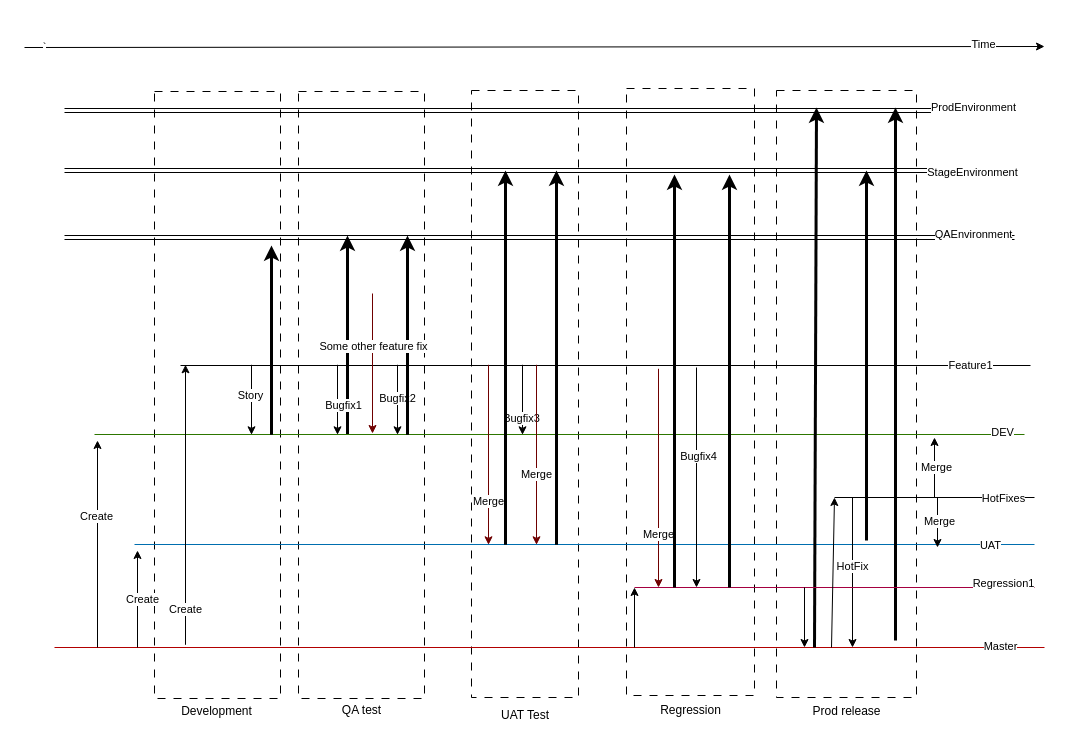
Above: FeatureStrategy.drawio in sshevchenko777/POC (draw.io), before the change. Source tidied: cells renumbered, new cells numbered last; positions are measured from the earlier drawing's top-left corner, leaving out a move shared by most shapes. Both pictures are drawn from the tidied source at 100%, with x=0, y=0 at pixel (24, 46).
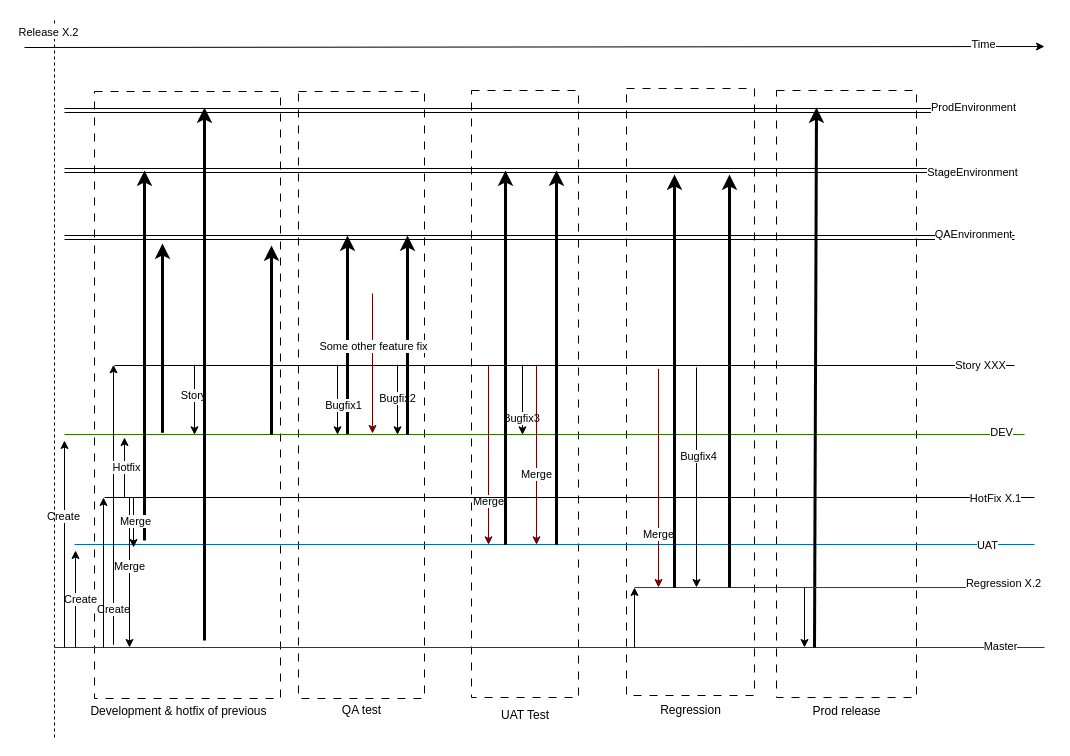
Above is the later version.

Unchanged cells that the change refers to:
```xml
<mxCell id="55" style="endArrow=none;html=1;rounded=0;fillColor=#d80073;strokeColor=#A50040;" parent="1" edge="1">
  <mxGeometry relative="1" as="geometry">
    <mxPoint x="610" y="541" as="sourcePoint" />
    <mxPoint x="1010" y="541" as="targetPoint" />
  </mxGeometry>
</mxCell>
```

Diff of the diagram source:
```diff
@@
     <mxCell id="2" style="whiteSpace=wrap;html=1;fillStyle=auto;dashed=1;dashPattern=8 8;strokeColor=light-dark(#000000,#1F4EA9);" parent="1" vertex="1">
-      <mxGeometry x="130" y="45" width="126" height="607" as="geometry" />
+      <mxGeometry x="70" y="45" width="186" height="607" as="geometry" />
     </mxCell>
@@
     <mxCell id="9" style="endArrow=none;html=1;rounded=0;fillColor=#60a917;strokeColor=#2D7600;" parent="1" edge="1">
       <mxGeometry relative="1" as="geometry">
-        <mxPoint x="70" y="388" as="sourcePoint" />
+        <mxPoint x="40" y="388" as="sourcePoint" />
         <mxPoint x="1000" y="388" as="targetPoint" />
       </mxGeometry>
     </mxCell>
@@
     <mxCell id="11" style="endArrow=none;html=1;rounded=0;fillColor=#1ba1e2;strokeColor=#006EAF;" parent="1" edge="1">
       <mxGeometry relative="1" as="geometry">
-        <mxPoint x="110" y="498" as="sourcePoint" />
+        <mxPoint x="50" y="498" as="sourcePoint" />
         <mxPoint x="1010" y="498" as="targetPoint" />
       </mxGeometry>
     </mxCell>
@@
     <mxCell id="15" style="edgeStyle=orthogonalEdgeStyle;rounded=0;orthogonalLoop=1;jettySize=auto;html=1;" parent="1" edge="1">
       <mxGeometry relative="1" as="geometry">
-        <mxPoint x="227" y="318.3" as="sourcePoint" />
-        <mxPoint x="227" y="388.3" as="targetPoint" />
+        <mxPoint x="170" y="318.3" as="sourcePoint" />
+        <mxPoint x="170" y="388.3" as="targetPoint" />
       </mxGeometry>
     </mxCell>
@@
-    <mxCell id="21" value="`" style="endArrow=classic;html=1;rounded=0;" parent="1" edge="1">
-      <mxGeometry x="-0.96" relative="1" as="geometry">
+    <mxCell id="21" style="endArrow=classic;html=1;rounded=0;" parent="1" edge="1">
+      <mxGeometry x="-0.96" y="-20" relative="1" as="geometry">
         <mxPoint y="1" as="sourcePoint" />
         <mxPoint x="1020" as="targetPoint" />
       </mxGeometry>
     </mxCell>
@@
     <mxCell id="23" style="endArrow=none;html=1;rounded=0;" parent="1" edge="1">
       <mxGeometry relative="1" as="geometry">
-        <mxPoint x="156" y="319" as="sourcePoint" />
-        <mxPoint x="1006" y="319" as="targetPoint" />
+        <mxPoint x="90" y="319" as="sourcePoint" />
+        <mxPoint x="990" y="319" as="targetPoint" />
       </mxGeometry>
     </mxCell>
-    <mxCell id="24" value="Feature1" style="edgeLabel;html=1;align=center;verticalAlign=middle;" parent="23" vertex="1">
+    <mxCell id="24" value="Story XXX" style="edgeLabel;html=1;align=center;verticalAlign=middle;" parent="23" vertex="1">
       <mxGeometry x="0.66" y="1" relative="1" as="geometry">
-        <mxPoint x="83" as="offset" />
+        <mxPoint x="118" as="offset" />
       </mxGeometry>
     </mxCell>
     <mxCell id="25" style="endArrow=classic;html=1;rounded=0;" parent="1" edge="1">
       <mxGeometry relative="1" as="geometry">
-        <mxPoint x="161" y="598.3" as="sourcePoint" />
-        <mxPoint x="161" y="318.3" as="targetPoint" />
+        <mxPoint x="89" y="598.3" as="sourcePoint" />
+        <mxPoint x="89" y="318.3" as="targetPoint" />
       </mxGeometry>
     </mxCell>
@@
     <mxCell id="46" style="endArrow=classic;html=1;rounded=0;" parent="1" edge="1">
       <mxGeometry relative="1" as="geometry">
-        <mxPoint x="113" y="601" as="sourcePoint" />
-        <mxPoint x="113" y="504" as="targetPoint" />
+        <mxPoint x="51" y="601" as="sourcePoint" />
+        <mxPoint x="51" y="504" as="targetPoint" />
       </mxGeometry>
     </mxCell>
@@
     <mxCell id="48" style="endArrow=classic;html=1;rounded=0;" parent="1" edge="1">
       <mxGeometry relative="1" as="geometry">
-        <mxPoint x="73" y="601" as="sourcePoint" />
-        <mxPoint x="73" y="394" as="targetPoint" />
+        <mxPoint x="40" y="601" as="sourcePoint" />
+        <mxPoint x="40" y="394" as="targetPoint" />
       </mxGeometry>
     </mxCell>
@@
     <mxCell id="50" style="endArrow=classic;html=1;rounded=0;" parent="1" edge="1">
       <mxGeometry relative="1" as="geometry">
-        <mxPoint x="828" y="451" as="sourcePoint" />
-        <mxPoint x="828" y="601" as="targetPoint" />
+        <mxPoint x="105" y="451" as="sourcePoint" />
+        <mxPoint x="105" y="601" as="targetPoint" />
       </mxGeometry>
     </mxCell>
-    <mxCell id="51" value="HotFix" style="edgeLabel;html=1;align=center;verticalAlign=middle;" parent="50" vertex="1">
+    <mxCell id="51" value="Merge" style="edgeLabel;html=1;align=center;verticalAlign=middle;" parent="50" vertex="1">
       <mxGeometry x="-0.37" y="-1" relative="1" as="geometry">
         <mxPoint y="21" as="offset" />
       </mxGeometry>
     </mxCell>
     <mxCell id="52" style="endArrow=classic;html=1;rounded=0;strokeWidth=3;" parent="1" edge="1">
       <mxGeometry relative="1" as="geometry">
-        <mxPoint x="871" y="594" as="sourcePoint" />
-        <mxPoint x="871" y="61" as="targetPoint" />
+        <mxPoint x="180" y="594" as="sourcePoint" />
+        <mxPoint x="180" y="61" as="targetPoint" />
       </mxGeometry>
     </mxCell>
     <mxCell id="53" style="endArrow=classic;html=1;rounded=0;strokeWidth=3;" parent="1" edge="1">
       <mxGeometry relative="1" as="geometry">
-        <mxPoint x="842" y="494" as="sourcePoint" />
-        <mxPoint x="842" y="124" as="targetPoint" />
+        <mxPoint x="120" y="494" as="sourcePoint" />
+        <mxPoint x="120" y="124" as="targetPoint" />
       </mxGeometry>
     </mxCell>
@@
-    <mxCell id="56" value="Regression1" style="edgeLabel;html=1;align=center;verticalAlign=middle;" parent="55" vertex="1">
+    <mxCell id="56" value="Regression X.2" style="edgeLabel;html=1;align=center;verticalAlign=middle;" parent="55" vertex="1">
       <mxGeometry x="0.84" y="5" relative="1" as="geometry" />
     </mxCell>
@@
     <mxCell id="67" style="endArrow=none;html=1;rounded=0;" parent="1" edge="1">
       <mxGeometry relative="1" as="geometry">
-        <mxPoint x="810" y="451" as="sourcePoint" />
+        <mxPoint x="80" y="451" as="sourcePoint" />
         <mxPoint x="1010" y="451" as="targetPoint" />
       </mxGeometry>
     </mxCell>
-    <mxCell id="68" value="HotFixes" style="edgeLabel;html=1;align=center;verticalAlign=middle;" parent="67" vertex="1">
-      <mxGeometry x="0.68" relative="1" as="geometry" />
+    <mxCell id="68" value="HotFix X.1" style="edgeLabel;html=1;align=center;verticalAlign=middle;" parent="67" vertex="1">
+      <mxGeometry x="0.68" relative="1" as="geometry">
+        <mxPoint x="109" as="offset" />
+      </mxGeometry>
     </mxCell>
     <mxCell id="69" style="endArrow=classic;html=1;rounded=0;" parent="1" edge="1">
       <mxGeometry relative="1" as="geometry">
-        <mxPoint x="807" y="601" as="sourcePoint" />
-        <mxPoint x="810" y="451" as="targetPoint" />
+        <mxPoint x="79" y="601" as="sourcePoint" />
+        <mxPoint x="79" y="451" as="targetPoint" />
       </mxGeometry>
     </mxCell>
     <mxCell id="70" style="endArrow=classic;html=1;rounded=0;" parent="1" edge="1">
       <mxGeometry relative="1" as="geometry">
-        <mxPoint x="910" y="451" as="sourcePoint" />
-        <mxPoint x="910" y="391" as="targetPoint" />
+        <mxPoint x="100" y="451" as="sourcePoint" />
+        <mxPoint x="100" y="391" as="targetPoint" />
       </mxGeometry>
     </mxCell>
-    <mxCell id="71" value="Merge" style="edgeLabel;html=1;align=center;verticalAlign=middle;" parent="70" vertex="1">
+    <mxCell id="71" value="Hotfix" style="edgeLabel;html=1;align=center;verticalAlign=middle;" parent="70" vertex="1">
       <mxGeometry x="0.03" y="-1" relative="1" as="geometry" />
     </mxCell>
     <mxCell id="72" style="endArrow=classic;html=1;rounded=0;" parent="1" edge="1">
       <mxGeometry relative="1" as="geometry">
-        <mxPoint x="913" y="451" as="sourcePoint" />
-        <mxPoint x="913" y="501" as="targetPoint" />
+        <mxPoint x="109" y="451" as="sourcePoint" />
+        <mxPoint x="109" y="501" as="targetPoint" />
       </mxGeometry>
     </mxCell>
@@
-    <mxCell id="74" value="Development" style="text;html=1;align=center;verticalAlign=middle;strokeColor=none;fillColor=none;" parent="1" vertex="1">
-      <mxGeometry x="147" y="650" width="90" height="30" as="geometry" />
+    <mxCell id="74" value="Development &amp;amp; hotfix of previous" style="text;html=1;align=center;verticalAlign=middle;strokeColor=none;fillColor=none;" parent="1" vertex="1">
+      <mxGeometry x="54" y="650" width="200" height="30" as="geometry" />
     </mxCell>
+    <mxCell id="75" style="endArrow=classic;html=1;rounded=0;strokeWidth=3;" parent="1" edge="1">
+      <mxGeometry relative="1" as="geometry">
+        <mxPoint x="138" y="386.3" as="sourcePoint" />
+        <mxPoint x="138" y="197" as="targetPoint" />
+      </mxGeometry>
+    </mxCell>
+    <mxCell id="76" style="endArrow=none;dashed=1;html=1;rounded=0;" parent="1" edge="1">
+      <mxGeometry relative="1" as="geometry">
+        <mxPoint x="30" y="691" as="sourcePoint" />
+        <mxPoint x="30" y="-29" as="targetPoint" />
+      </mxGeometry>
+    </mxCell>
+    <mxCell id="77" value="Release X.2" style="edgeLabel;html=1;align=center;verticalAlign=middle;" parent="76" vertex="1">
+      <mxGeometry x="0.96" y="7" relative="1" as="geometry" />
+    </mxCell>
```
